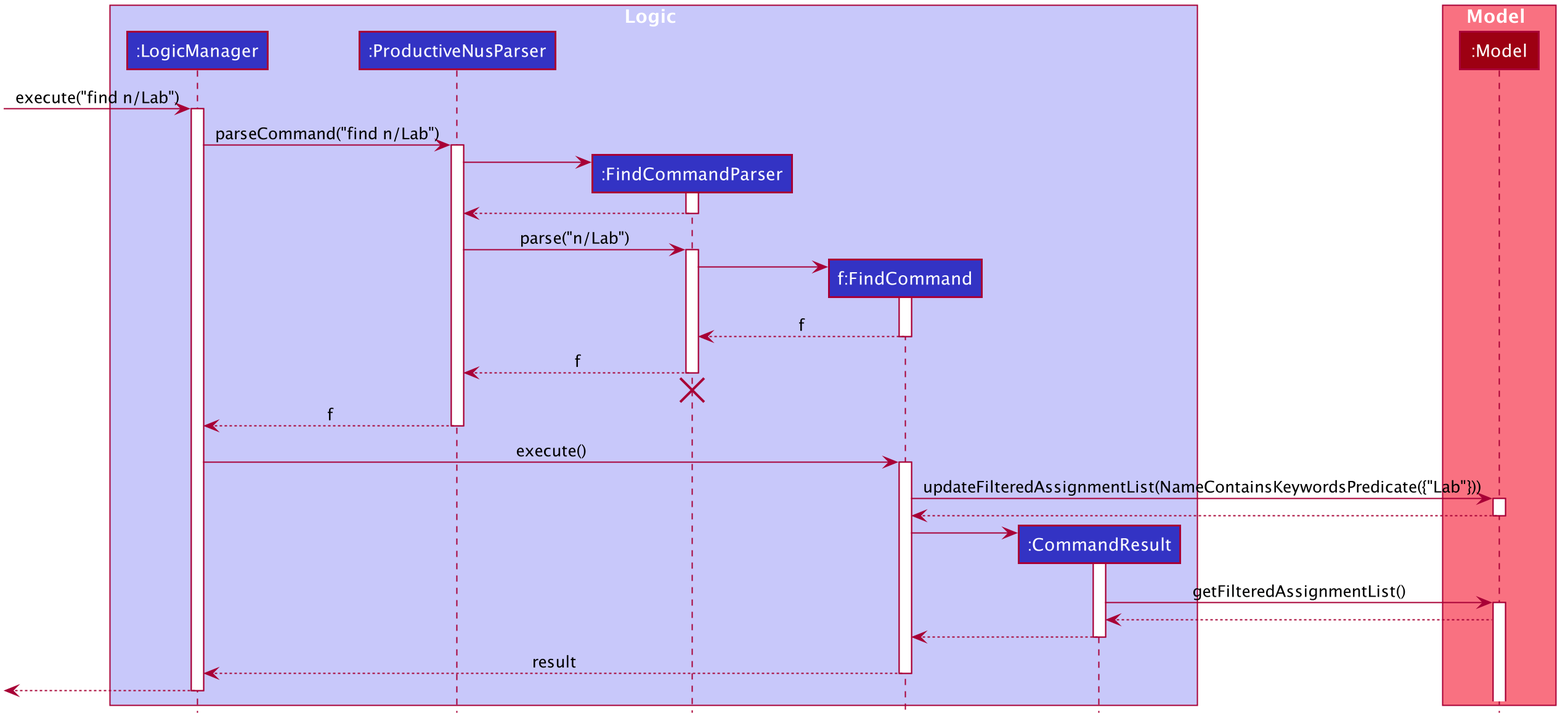
Earlier version of the PlantUML export docs/images/FindSequenceDiagram.png (nus-cs2103-AY2021S1/tp).
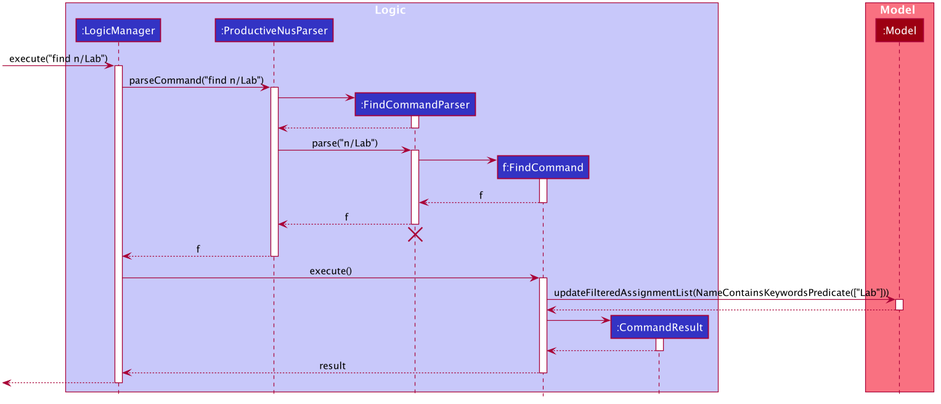
The same diagram one commit later.

Diff of the diagram source:
```diff
@@ -95,7 +95,7 @@
 LogicManager -> FindCommand : execute()
 activate FindCommand
 
-FindCommand -> Model : updateFilteredAssignmentList(NameContainsKeywordsPredicate({"Lab"}))
+FindCommand -> Model : updateFilteredAssignmentList(NameContainsKeywordsPredicate(["Lab"]))
 activate Model
 
 Model --> FindCommand
@@ -104,10 +104,6 @@
 create CommandResult
 FindCommand -> CommandResult
 activate CommandResult
-
-CommandResult -> Model : getFilteredAssignmentList()
-activate Model
-Model --> CommandResult
 
 CommandResult --> FindCommand
 deactivate CommandResult
```
